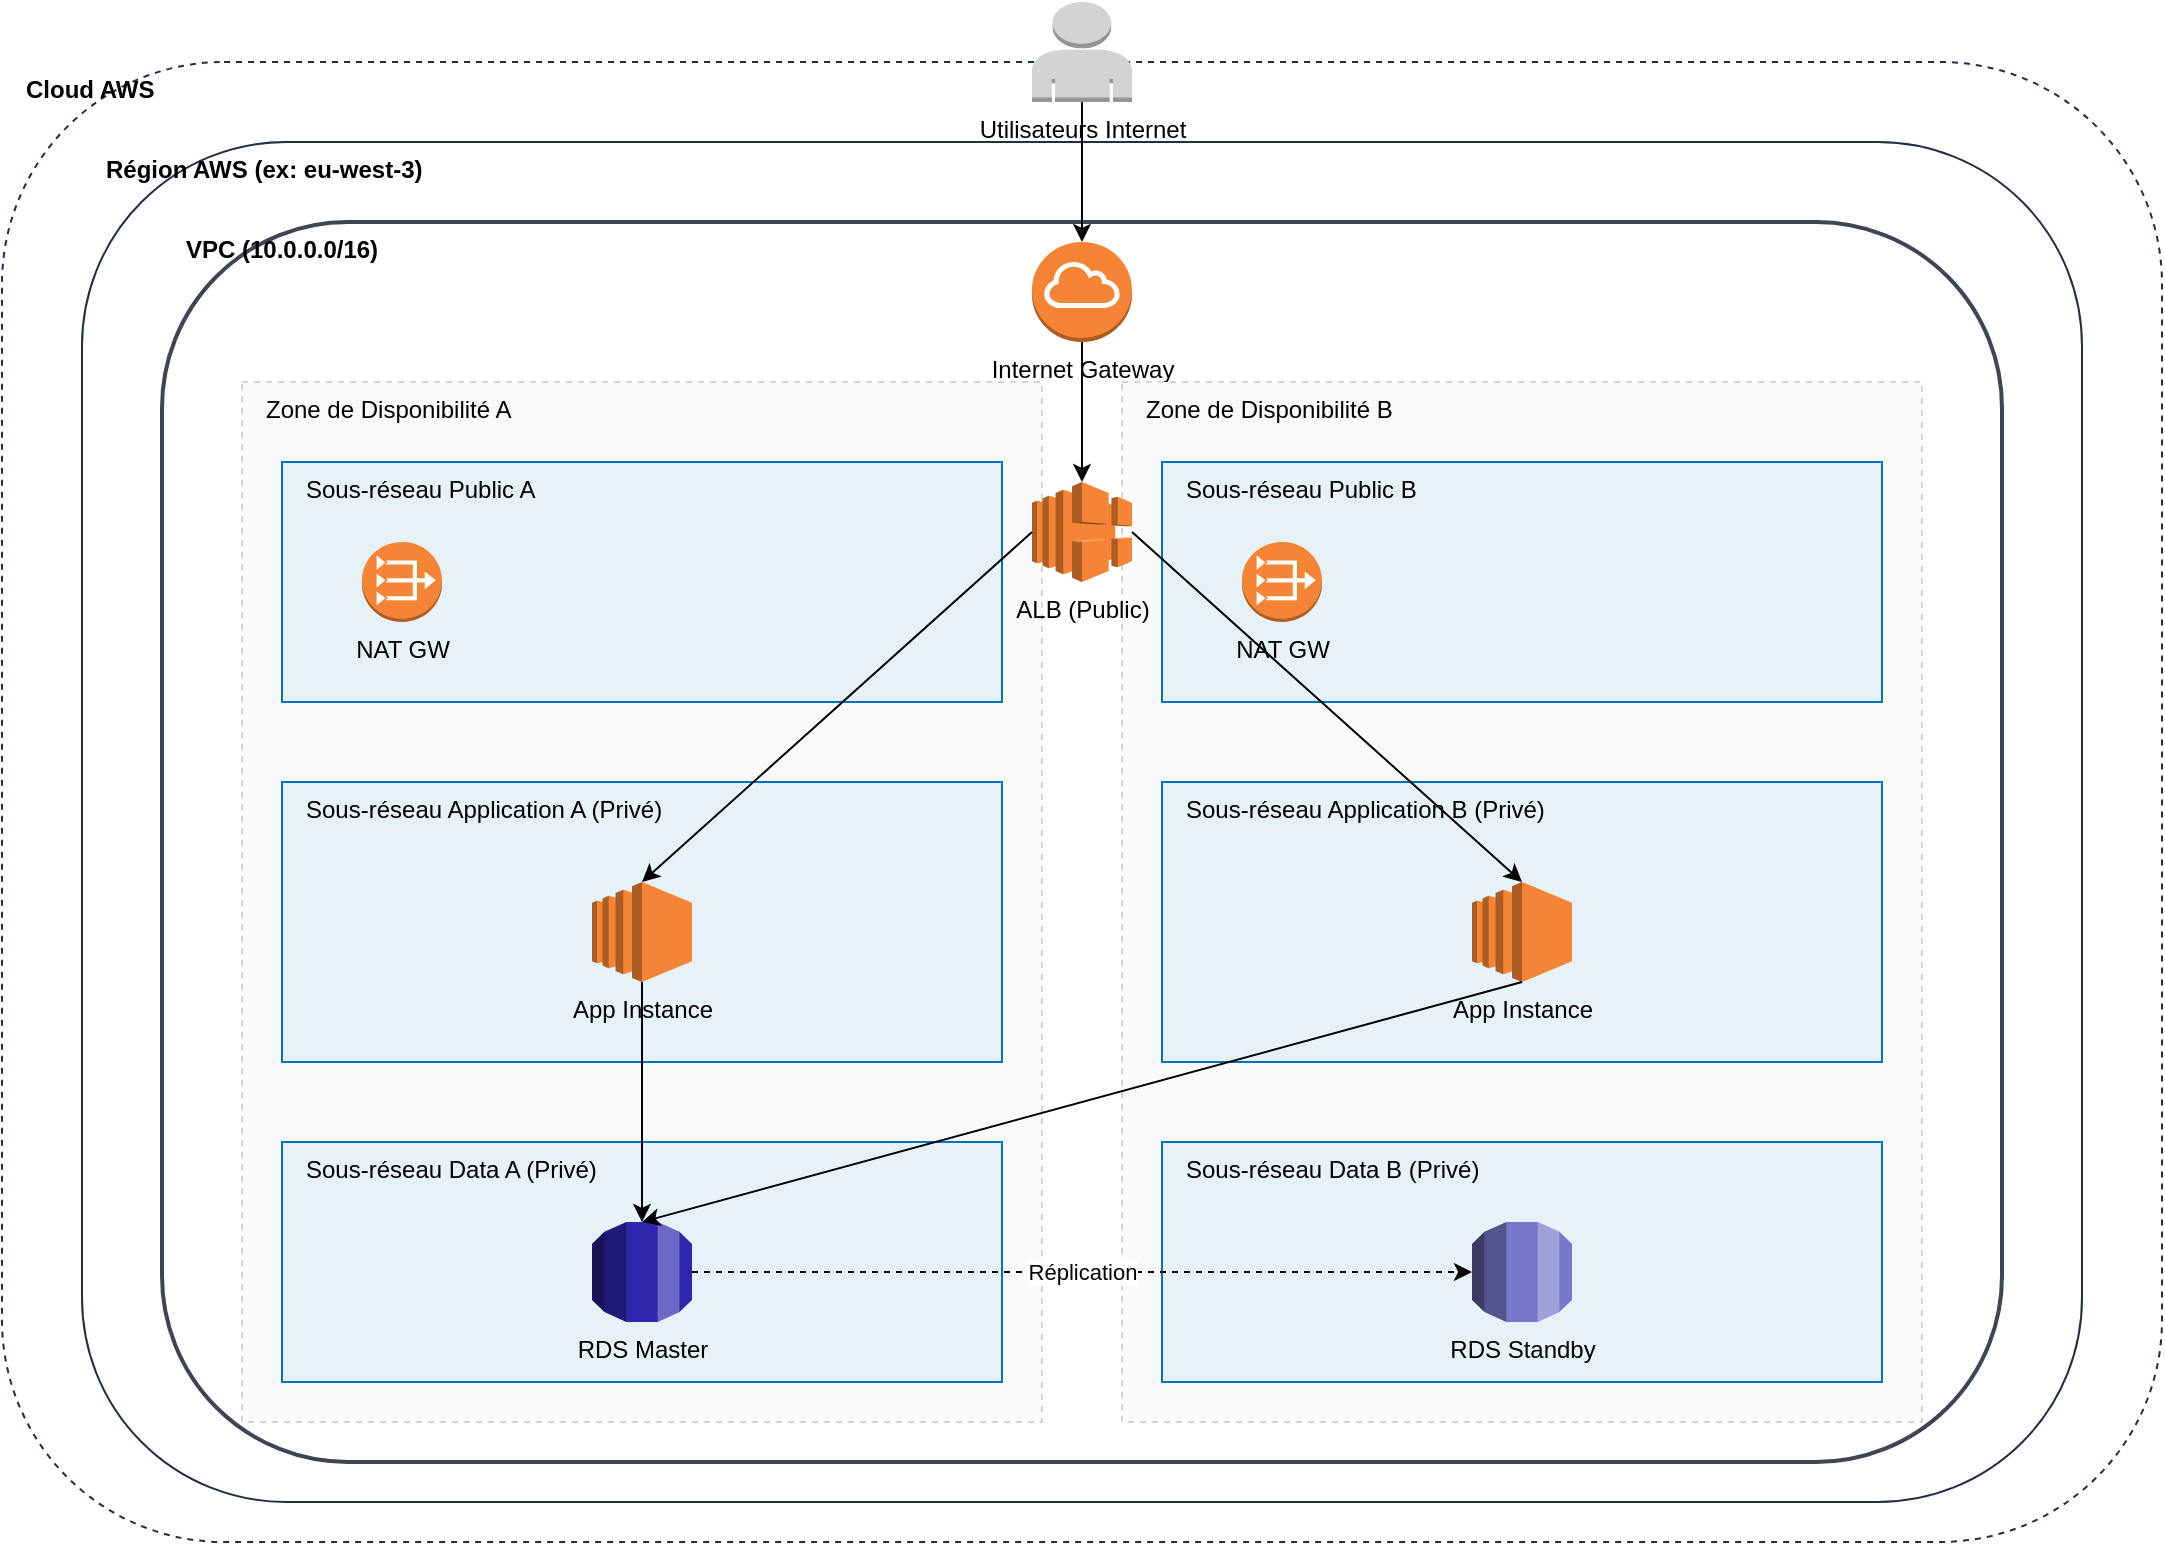
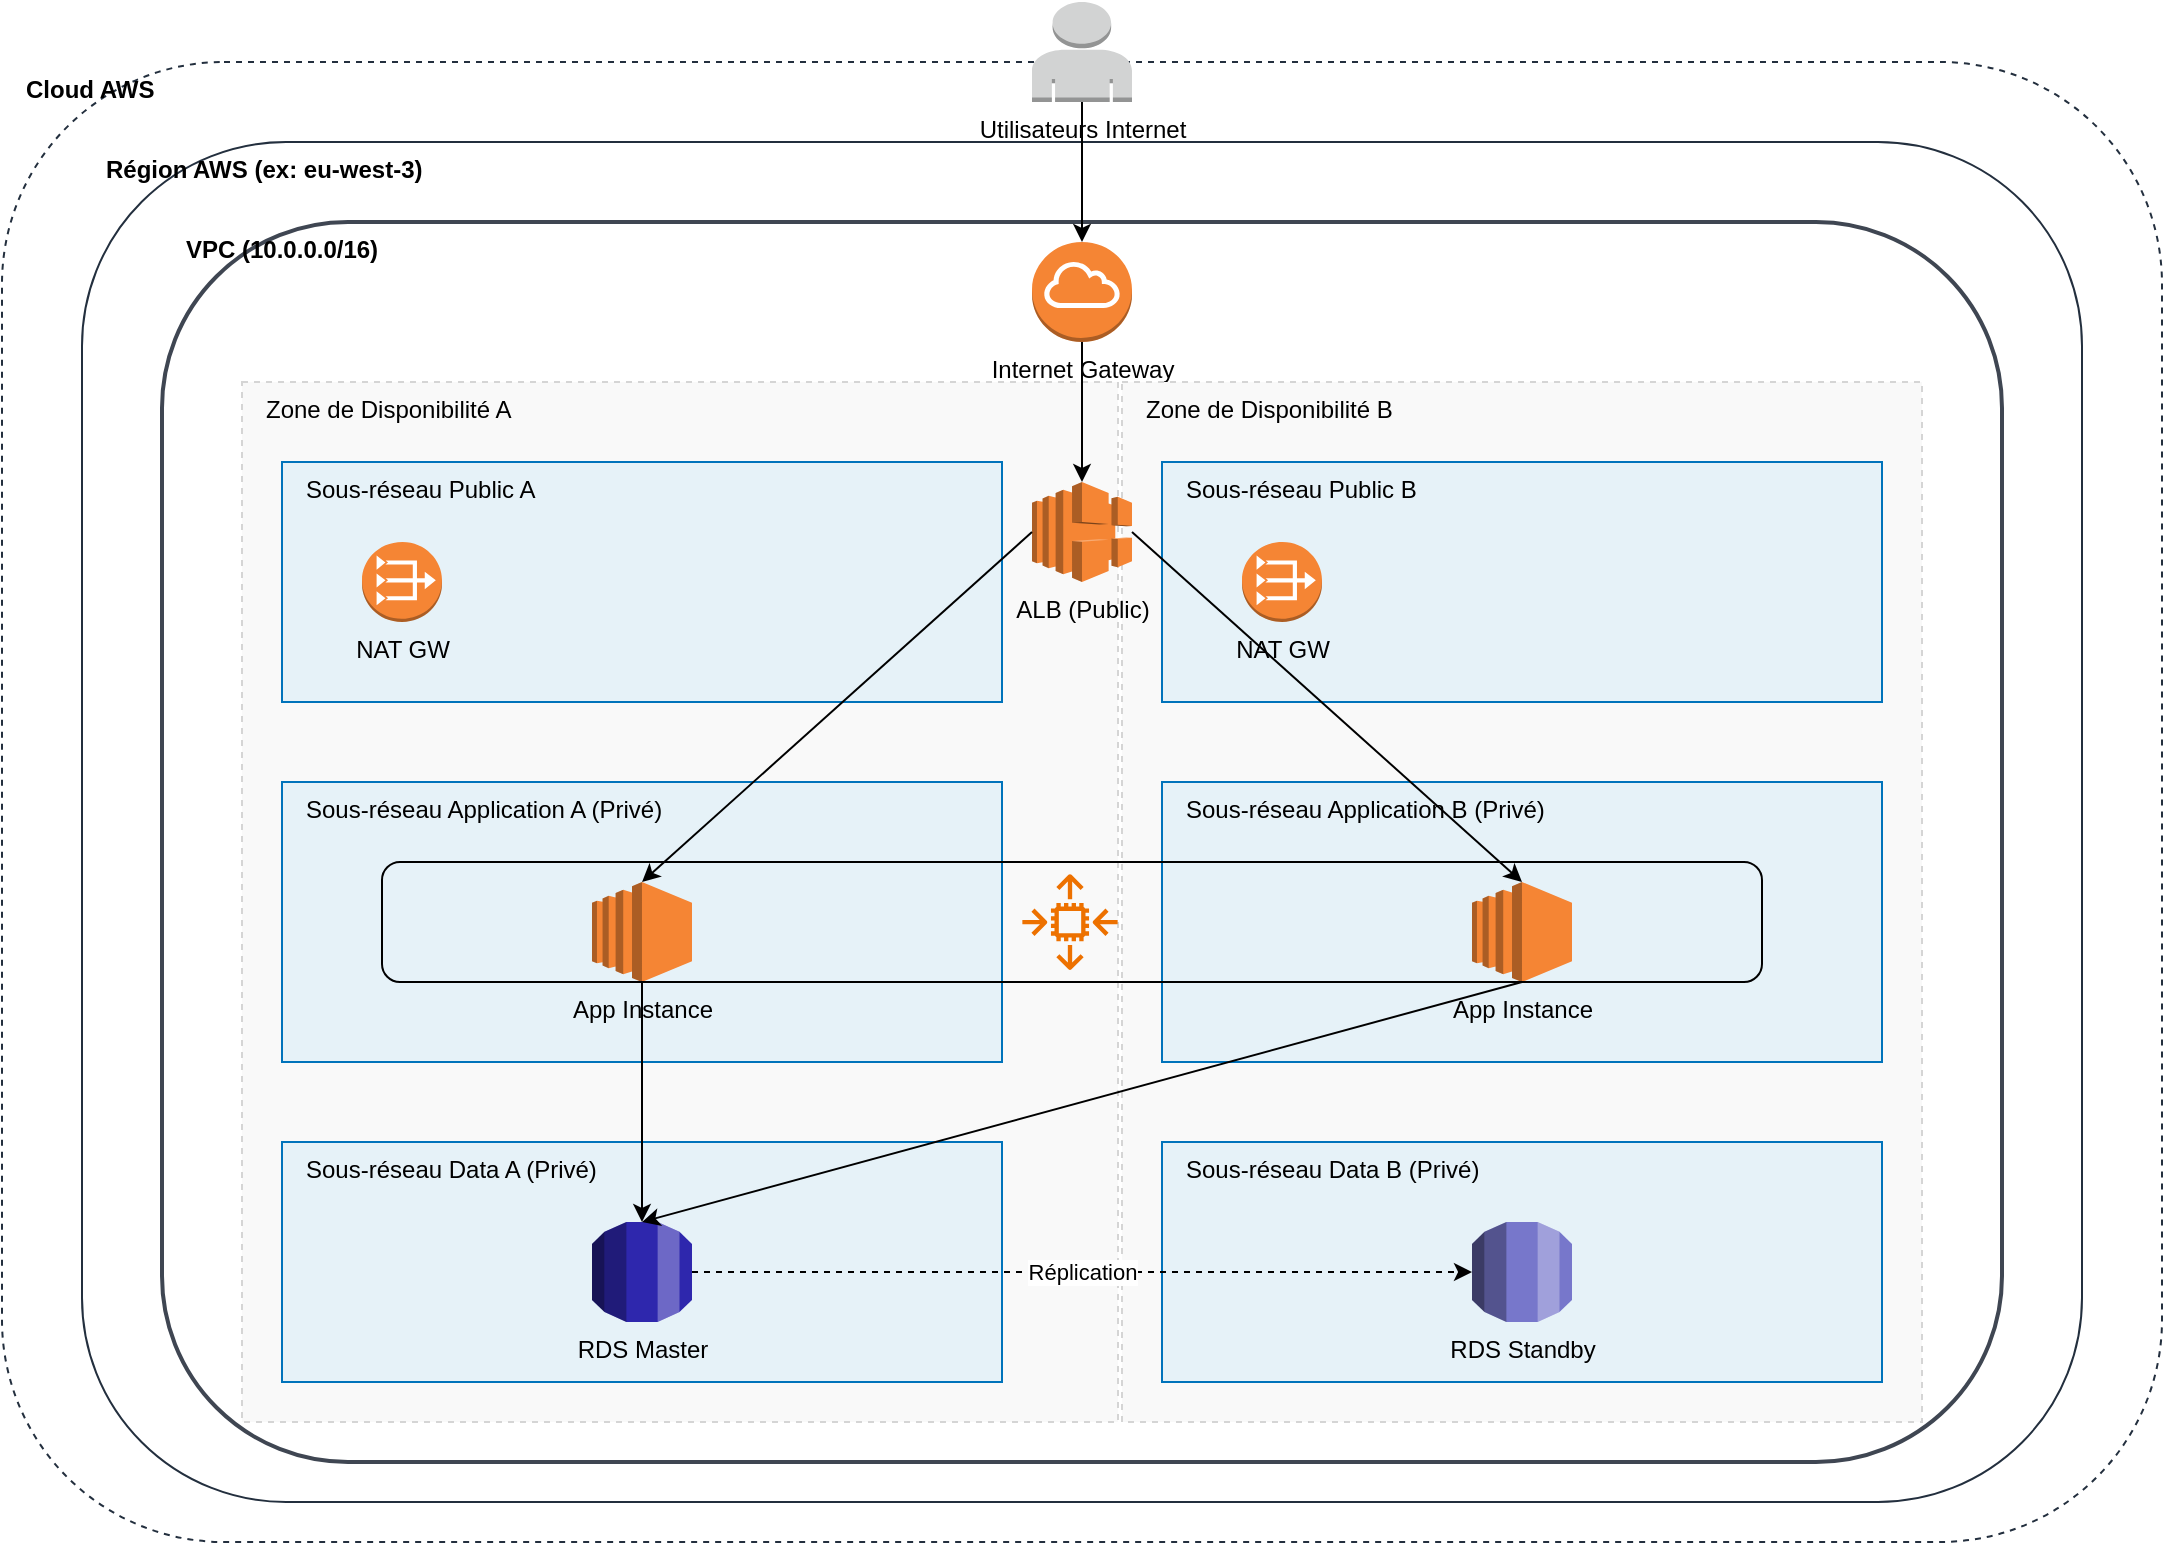
<mxfile host="app.diagrams.net">
  <diagram name="Page-1" id="tgvl_xW_5bObFiMf62RF">
-     <mxGraphModel dx="1812" dy="-537" grid="1" gridSize="10" guides="1" tooltips="1" connect="1" arrows="1" fold="1" page="1" pageScale="1" pageWidth="827" pageHeight="1169" math="0" shadow="0">
+     <mxGraphModel dx="1903" dy="-480" grid="1" gridSize="10" guides="1" tooltips="1" connect="1" arrows="1" fold="1" page="1" pageScale="1" pageWidth="827" pageHeight="1169" math="0" shadow="0">
      <root>
        <mxCell id="0" />
        <mxCell id="1" parent="0" />
        <mxCell id="BHIhb0eHSN4tVMBMzTqI-27" parent="1" style="rounded=1;whiteSpace=wrap;html=1;fillColor=none;strokeColor=#232F3E;dashed=1;verticalAlign=top;align=left;spacingLeft=10;fontStyle=1" value="Cloud AWS" vertex="1">
          <mxGeometry height="740" width="1080" x="-290" y="1230" as="geometry" />
        </mxCell>
        <mxCell id="BHIhb0eHSN4tVMBMzTqI-28" parent="1" style="rounded=1;whiteSpace=wrap;html=1;fillColor=none;strokeColor=#232F3E;verticalAlign=top;align=left;spacingLeft=10;fontStyle=1" value="Région AWS (ex: eu-west-3)" vertex="1">
          <mxGeometry height="680" width="1000" x="-250" y="1270" as="geometry" />
        </mxCell>
        <mxCell id="BHIhb0eHSN4tVMBMzTqI-29" parent="1" style="rounded=1;whiteSpace=wrap;html=1;fillColor=none;strokeColor=#3F4652;strokeWidth=2;verticalAlign=top;align=left;spacingLeft=10;fontStyle=1" value="VPC (10.0.0.0/16)" vertex="1">
          <mxGeometry height="620" width="920" x="-210" y="1310" as="geometry" />
        </mxCell>
        <mxCell id="BHIhb0eHSN4tVMBMzTqI-30" parent="1" style="outlineConnect=0;dashed=0;verticalLabelPosition=bottom;verticalAlign=top;align=center;html=1;shape=mxgraph.aws3.internet_gateway;fillColor=#F58534;gradientColor=none;" value="Internet Gateway" vertex="1">
          <mxGeometry height="50" width="50" x="225" y="1320" as="geometry" />
        </mxCell>
        <mxCell id="BHIhb0eHSN4tVMBMzTqI-31" parent="1" style="rounded=0;whiteSpace=wrap;html=1;fillColor=#F9F9F9;strokeColor=#D5D5D5;dashed=1;verticalAlign=top;align=left;spacingLeft=10;" value="Zone de Disponibilité A" vertex="1">
-           <mxGeometry height="520" width="400" x="-170" y="1390" as="geometry" />
+           <mxGeometry height="520" width="438" x="-170" y="1390" as="geometry" />
        </mxCell>
        <mxCell id="BHIhb0eHSN4tVMBMzTqI-32" parent="BHIhb0eHSN4tVMBMzTqI-31" style="rounded=0;whiteSpace=wrap;html=1;fillColor=#E6F2F8;strokeColor=#0073BB;verticalAlign=top;align=left;spacingLeft=10;" value="Sous-réseau Public A" vertex="1">
          <mxGeometry height="120" width="360" x="20" y="40" as="geometry" />
        </mxCell>
        <mxCell id="BHIhb0eHSN4tVMBMzTqI-33" parent="BHIhb0eHSN4tVMBMzTqI-32" style="outlineConnect=0;dashed=0;verticalLabelPosition=bottom;verticalAlign=top;align=center;html=1;shape=mxgraph.aws3.vpc_nat_gateway;fillColor=#F58534;gradientColor=none;" value="NAT GW" vertex="1">
          <mxGeometry height="40" width="40" x="40" y="40" as="geometry" />
        </mxCell>
        <mxCell id="BHIhb0eHSN4tVMBMzTqI-34" parent="BHIhb0eHSN4tVMBMzTqI-31" style="rounded=0;whiteSpace=wrap;html=1;fillColor=#E6F2F8;strokeColor=#0073BB;verticalAlign=top;align=left;spacingLeft=10;" value="Sous-réseau Application A (Privé)" vertex="1">
          <mxGeometry height="140" width="360" x="20" y="200" as="geometry" />
        </mxCell>
        <mxCell id="BHIhb0eHSN4tVMBMzTqI-35" parent="BHIhb0eHSN4tVMBMzTqI-34" style="outlineConnect=0;dashed=0;verticalLabelPosition=bottom;verticalAlign=top;align=center;html=1;shape=mxgraph.aws3.ec2;fillColor=#F58534;gradientColor=none;" value="App Instance" vertex="1">
          <mxGeometry height="50" width="50" x="155" y="50" as="geometry" />
        </mxCell>
        <mxCell id="BHIhb0eHSN4tVMBMzTqI-36" parent="BHIhb0eHSN4tVMBMzTqI-31" style="rounded=0;whiteSpace=wrap;html=1;fillColor=#E6F2F8;strokeColor=#0073BB;verticalAlign=top;align=left;spacingLeft=10;" value="Sous-réseau Data A (Privé)" vertex="1">
          <mxGeometry height="120" width="360" x="20" y="380" as="geometry" />
        </mxCell>
        <mxCell id="BHIhb0eHSN4tVMBMzTqI-37" parent="BHIhb0eHSN4tVMBMzTqI-36" style="outlineConnect=0;dashed=0;verticalLabelPosition=bottom;verticalAlign=top;align=center;html=1;shape=mxgraph.aws3.rds;fillColor=#2E27AD;gradientColor=none;" value="RDS Master" vertex="1">
          <mxGeometry height="50" width="50" x="155" y="40" as="geometry" />
+         </mxCell>
+         <mxCell id="JTuV9obmek_NrpKQr9lV-1" parent="BHIhb0eHSN4tVMBMzTqI-31" style="sketch=0;outlineConnect=0;fontColor=#232F3E;gradientColor=none;fillColor=#ED7100;strokeColor=none;dashed=0;verticalLabelPosition=bottom;verticalAlign=top;align=center;html=1;fontSize=12;fontStyle=0;aspect=fixed;pointerEvents=1;shape=mxgraph.aws4.auto_scaling2;" value="" vertex="1">
+           <mxGeometry height="48" width="48" x="390" y="246" as="geometry" />
        </mxCell>
        <mxCell id="BHIhb0eHSN4tVMBMzTqI-38" parent="1" style="rounded=0;whiteSpace=wrap;html=1;fillColor=#F9F9F9;strokeColor=#D5D5D5;dashed=1;verticalAlign=top;align=left;spacingLeft=10;" value="Zone de Disponibilité B" vertex="1">
          <mxGeometry height="520" width="400" x="270" y="1390" as="geometry" />
        </mxCell>
        <mxCell id="BHIhb0eHSN4tVMBMzTqI-39" parent="BHIhb0eHSN4tVMBMzTqI-38" style="rounded=0;whiteSpace=wrap;html=1;fillColor=#E6F2F8;strokeColor=#0073BB;verticalAlign=top;align=left;spacingLeft=10;" value="Sous-réseau Public B" vertex="1">
          <mxGeometry height="120" width="360" x="20" y="40" as="geometry" />
        </mxCell>
        <mxCell id="BHIhb0eHSN4tVMBMzTqI-40" parent="BHIhb0eHSN4tVMBMzTqI-39" style="outlineConnect=0;dashed=0;verticalLabelPosition=bottom;verticalAlign=top;align=center;html=1;shape=mxgraph.aws3.vpc_nat_gateway;fillColor=#F58534;gradientColor=none;" value="NAT GW" vertex="1">
          <mxGeometry height="40" width="40" x="40" y="40" as="geometry" />
        </mxCell>
        <mxCell id="BHIhb0eHSN4tVMBMzTqI-41" parent="BHIhb0eHSN4tVMBMzTqI-38" style="rounded=0;whiteSpace=wrap;html=1;fillColor=#E6F2F8;strokeColor=#0073BB;verticalAlign=top;align=left;spacingLeft=10;" value="Sous-réseau Application B (Privé)" vertex="1">
          <mxGeometry height="140" width="360" x="20" y="200" as="geometry" />
        </mxCell>
        <mxCell id="BHIhb0eHSN4tVMBMzTqI-42" parent="BHIhb0eHSN4tVMBMzTqI-41" style="outlineConnect=0;dashed=0;verticalLabelPosition=bottom;verticalAlign=top;align=center;html=1;shape=mxgraph.aws3.ec2;fillColor=#F58534;gradientColor=none;" value="App Instance" vertex="1">
          <mxGeometry height="50" width="50" x="155" y="50" as="geometry" />
        </mxCell>
        <mxCell id="BHIhb0eHSN4tVMBMzTqI-43" parent="BHIhb0eHSN4tVMBMzTqI-38" style="rounded=0;whiteSpace=wrap;html=1;fillColor=#E6F2F8;strokeColor=#0073BB;verticalAlign=top;align=left;spacingLeft=10;" value="Sous-réseau Data B (Privé)" vertex="1">
          <mxGeometry height="120" width="360" x="20" y="380" as="geometry" />
        </mxCell>
        <mxCell id="BHIhb0eHSN4tVMBMzTqI-44" parent="BHIhb0eHSN4tVMBMzTqI-43" style="outlineConnect=0;dashed=0;verticalLabelPosition=bottom;verticalAlign=top;align=center;html=1;shape=mxgraph.aws3.rds;fillColor=#2E27AD;gradientColor=none;opacity=60;" value="RDS Standby" vertex="1">
          <mxGeometry height="50" width="50" x="155" y="40" as="geometry" />
+         </mxCell>
+         <mxCell id="JTuV9obmek_NrpKQr9lV-2" parent="BHIhb0eHSN4tVMBMzTqI-38" style="rounded=1;whiteSpace=wrap;html=1;fillColor=none;" value="" vertex="1">
+           <mxGeometry height="60" width="690" x="-370" y="240" as="geometry" />
        </mxCell>
        <mxCell id="BHIhb0eHSN4tVMBMzTqI-45" parent="1" style="outlineConnect=0;dashed=0;verticalLabelPosition=bottom;verticalAlign=top;align=center;html=1;shape=mxgraph.aws3.elastic_load_balancing;fillColor=#F58534;gradientColor=none;" value="ALB (Public)" vertex="1">
          <mxGeometry height="50" width="50" x="225" y="1440" as="geometry" />
        </mxCell>
        <mxCell id="BHIhb0eHSN4tVMBMzTqI-46" edge="1" parent="1" source="BHIhb0eHSN4tVMBMzTqI-30" style="endArrow=classic;html=1;exitX=0.5;exitY=1;exitDx=0;exitDy=0;entryX=0.5;entryY=0;entryDx=0;entryDy=0;rounded=0;" target="BHIhb0eHSN4tVMBMzTqI-45" value="">
          <mxGeometry height="50" relative="1" width="50" as="geometry" />
        </mxCell>
        <mxCell id="BHIhb0eHSN4tVMBMzTqI-47" edge="1" parent="1" source="BHIhb0eHSN4tVMBMzTqI-45" style="endArrow=classic;html=1;exitX=0;exitY=0.5;exitDx=0;exitDy=0;entryX=0.5;entryY=0;entryDx=0;entryDy=0;rounded=0;" target="BHIhb0eHSN4tVMBMzTqI-35" value="">
          <mxGeometry height="50" relative="1" width="50" as="geometry" />
        </mxCell>
        <mxCell id="BHIhb0eHSN4tVMBMzTqI-48" edge="1" parent="1" source="BHIhb0eHSN4tVMBMzTqI-45" style="endArrow=classic;html=1;exitX=1;exitY=0.5;exitDx=0;exitDy=0;entryX=0.5;entryY=0;entryDx=0;entryDy=0;rounded=0;" target="BHIhb0eHSN4tVMBMzTqI-42" value="">
          <mxGeometry height="50" relative="1" width="50" as="geometry" />
        </mxCell>
        <mxCell id="BHIhb0eHSN4tVMBMzTqI-49" edge="1" parent="1" source="BHIhb0eHSN4tVMBMzTqI-35" style="endArrow=classic;html=1;exitX=0.5;exitY=1;exitDx=0;exitDy=0;entryX=0.5;entryY=0;entryDx=0;entryDy=0;rounded=0;" target="BHIhb0eHSN4tVMBMzTqI-37" value="">
          <mxGeometry height="50" relative="1" width="50" as="geometry" />
        </mxCell>
        <mxCell id="BHIhb0eHSN4tVMBMzTqI-50" edge="1" parent="1" source="BHIhb0eHSN4tVMBMzTqI-42" style="endArrow=classic;html=1;exitX=0.5;exitY=1;exitDx=0;exitDy=0;entryX=0.5;entryY=0;entryDx=0;entryDy=0;rounded=0;" target="BHIhb0eHSN4tVMBMzTqI-37" value="">
          <mxGeometry height="50" relative="1" width="50" as="geometry" />
        </mxCell>
        <mxCell id="BHIhb0eHSN4tVMBMzTqI-51" edge="1" parent="1" source="BHIhb0eHSN4tVMBMzTqI-37" style="endArrow=classic;html=1;dashed=1;exitX=1;exitY=0.5;exitDx=0;exitDy=0;entryX=0;entryY=0.5;entryDx=0;entryDy=0;rounded=0;" target="BHIhb0eHSN4tVMBMzTqI-44" value="Réplication">
          <mxGeometry height="50" relative="1" width="50" as="geometry" />
        </mxCell>
        <mxCell id="BHIhb0eHSN4tVMBMzTqI-52" parent="1" style="outlineConnect=0;dashed=0;verticalLabelPosition=bottom;verticalAlign=top;align=center;html=1;shape=mxgraph.aws3.user;fillColor=#D2D3D3;gradientColor=none;" value="Utilisateurs Internet" vertex="1">
          <mxGeometry height="50" width="50" x="225" y="1200" as="geometry" />
        </mxCell>
        <mxCell id="BHIhb0eHSN4tVMBMzTqI-53" edge="1" parent="1" source="BHIhb0eHSN4tVMBMzTqI-52" style="endArrow=classic;html=1;exitX=0.5;exitY=1;exitDx=0;exitDy=0;entryX=0.5;entryY=0;entryDx=0;entryDy=0;rounded=0;" target="BHIhb0eHSN4tVMBMzTqI-30" value="">
          <mxGeometry height="50" relative="1" width="50" as="geometry" />
        </mxCell>
      </root>
    </mxGraphModel>
  </diagram>
</mxfile>
